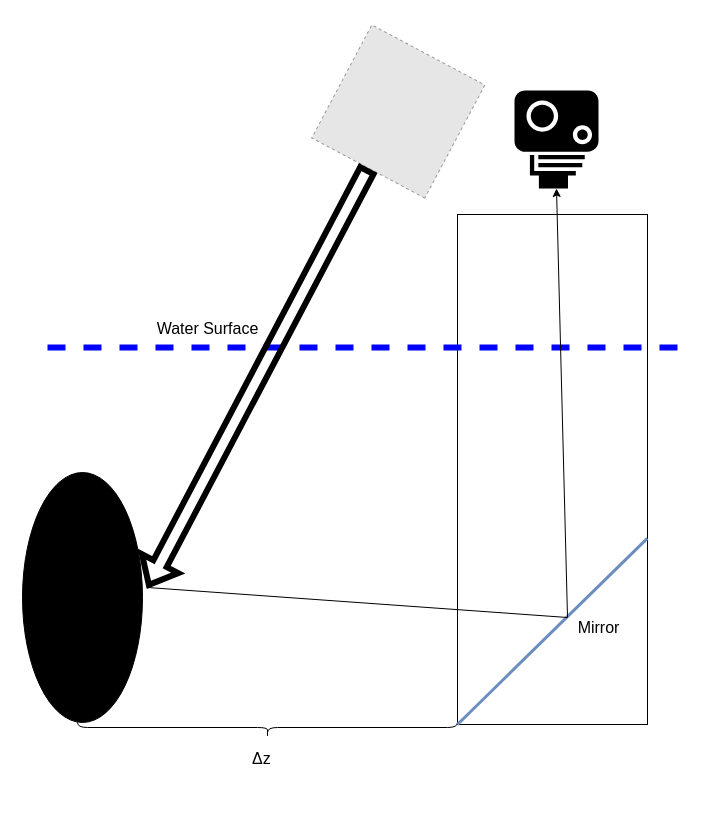
Before: report/black_disk_aproach.drawio in itay-mal/water_turbidity_project, a draw.io diagram. Source tidied: cells renumbered, new cells numbered last; positions are measured from the earlier drawing's top-left corner, leaving out a move shared by most shapes. Both pictures are drawn from the tidied source at 100%, with x=0, y=0 at pixel (-43, 47). Pictures stored in the file or linked from it are replaced by grey dashed boxes.
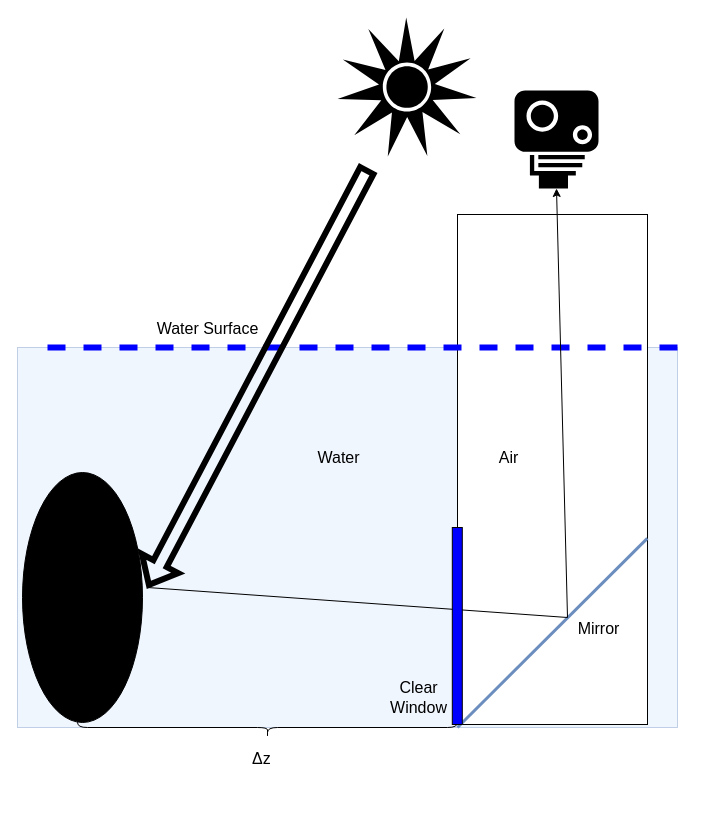
The same diagram, later.

The change refers to these unchanged cells:
```xml
<mxCell id="3" style="rounded=0;whiteSpace=wrap;html=1;" parent="1" vertex="1">
  <mxGeometry x="500" y="167" width="190" height="510" as="geometry" />
</mxCell>
<mxCell id="6" style="shape=curlyBracket;whiteSpace=wrap;html=1;rounded=1;flipH=1;fillColor=#000000;rotation=90;" parent="1" vertex="1">
  <mxGeometry x="300" y="490" width="20" height="380" as="geometry" />
</mxCell>
```

Diff of the diagram source:
```diff
@@
+    <mxCell id="14" style="rounded=0;whiteSpace=wrap;html=1;fillColor=#dae8fc;strokeColor=#6c8ebf;opacity=40;" parent="1" vertex="1">
+      <mxGeometry x="60" y="300" width="660" height="380" as="geometry" />
+    </mxCell>
@@
-    <mxCell id="9" style="endArrow=none;html=1;rounded=0;exitX=0;exitY=1;exitDx=0;exitDy=0;entryX=0.999;entryY=0.635;entryDx=0;entryDy=0;entryPerimeter=0;strokeWidth=3;fillColor=#dae8fc;strokeColor=#6c8ebf;" parent="1" edge="1" source="3" target="3">
+    <mxCell id="9" style="endArrow=none;html=1;rounded=0;exitX=0.5;exitY=0;exitDx=0;exitDy=0;entryX=0.999;entryY=0.635;entryDx=0;entryDy=0;entryPerimeter=0;strokeWidth=3;fillColor=#dae8fc;strokeColor=#6c8ebf;startArrow=none;" parent="1" edge="1" source="6" target="3">
       <mxGeometry relative="1" as="geometry" />
     </mxCell>
@@
-    <mxCell id="11" style="fillColor=#E6E6E6;strokeColor=#999999;dashed=1;html=1;verticalAlign=top;verticalLabelPosition=bottom;labelBackgroundColor=#ffffff;rotation=-152;" parent="1" vertex="1">
-      <mxGeometry x="376.8" width="128" height="128" as="geometry" />
-    </mxCell>
+    <mxCell id="15" value="&lt;font style=&quot;font-size: 16px&quot;&gt;Clear&lt;br&gt;Window&lt;/font&gt;" style="edgeLabel;html=1;align=center;verticalAlign=middle;rotation=0;labelBackgroundColor=none;" parent="9" vertex="1">
+      <mxGeometry x="0.35" y="1" relative="1" as="geometry">
+        <mxPoint x="-167" y="98" as="offset" />
+      </mxGeometry>
+    </mxCell>
+    <mxCell id="16" value="&lt;span style=&quot;font-size: 16px;&quot;&gt;Water&lt;/span&gt;" style="edgeLabel;html=1;align=center;verticalAlign=middle;rotation=0;labelBackgroundColor=none;" parent="9" vertex="1">
+      <mxGeometry x="0.35" y="1" relative="1" as="geometry">
+        <mxPoint x="-247" y="-142" as="offset" />
+      </mxGeometry>
+    </mxCell>
+    <mxCell id="17" value="&lt;span style=&quot;font-size: 16px;&quot;&gt;Air&lt;/span&gt;" style="edgeLabel;html=1;align=center;verticalAlign=middle;rotation=0;labelBackgroundColor=none;" parent="9" vertex="1">
+      <mxGeometry x="0.35" y="1" relative="1" as="geometry">
+        <mxPoint x="-77" y="-142" as="offset" />
+      </mxGeometry>
+    </mxCell>
-    <mxCell id="12" style="shape=flexArrow;endArrow=classic;html=1;rounded=0;fontSize=16;strokeColor=#000000;strokeWidth=6;exitX=0.5;exitY=0;exitDx=0;exitDy=0;" parent="1" edge="1" source="11">
+    <mxCell id="12" style="shape=flexArrow;endArrow=classic;html=1;rounded=0;fontSize=16;strokeColor=#000000;strokeWidth=6;exitX=0.5;exitY=0;exitDx=0;exitDy=0;" parent="1" edge="1">
       <mxGeometry relative="1" as="geometry">
+        <mxPoint x="410.7" y="120.5" as="sourcePoint" />
         <mxPoint x="190" y="540" as="targetPoint" />
       </mxGeometry>
     </mxCell>
@@
+    <mxCell id="18" style="rounded=0;whiteSpace=wrap;html=1;fillColor=#0000FF;" parent="1" vertex="1">
+      <mxGeometry x="494.8" y="480" width="10" height="197" as="geometry" />
+    </mxCell>
+    <mxCell id="19" style="shape=mxgraph.signs.nature.sun_2;html=1;fillColor=#000000;strokeColor=none;verticalLabelPosition=bottom;verticalAlign=top;align=center;labelBackgroundColor=none;" parent="1" vertex="1">
+      <mxGeometry x="380" y="-30" width="139" height="139" as="geometry" />
+    </mxCell>
```
